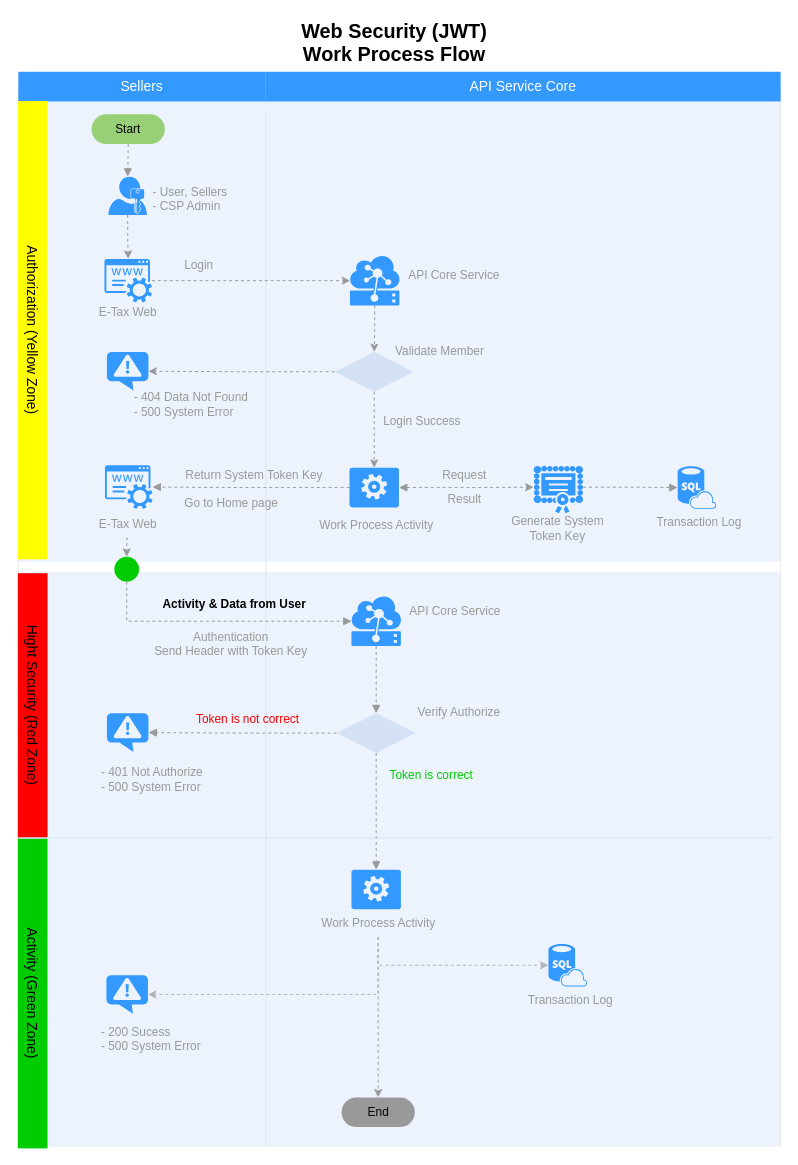
Earlier version of the draw.io diagram Web Application Security Concept (JWT).drawio (nirawat/eTax). Source tidied: cells renumbered, new cells numbered last; positions are measured from the earlier drawing's top-left corner, leaving out a move shared by most shapes. Both pictures are drawn from the tidied source at 99%, with x=0, y=0 at pixel (-197, 17).
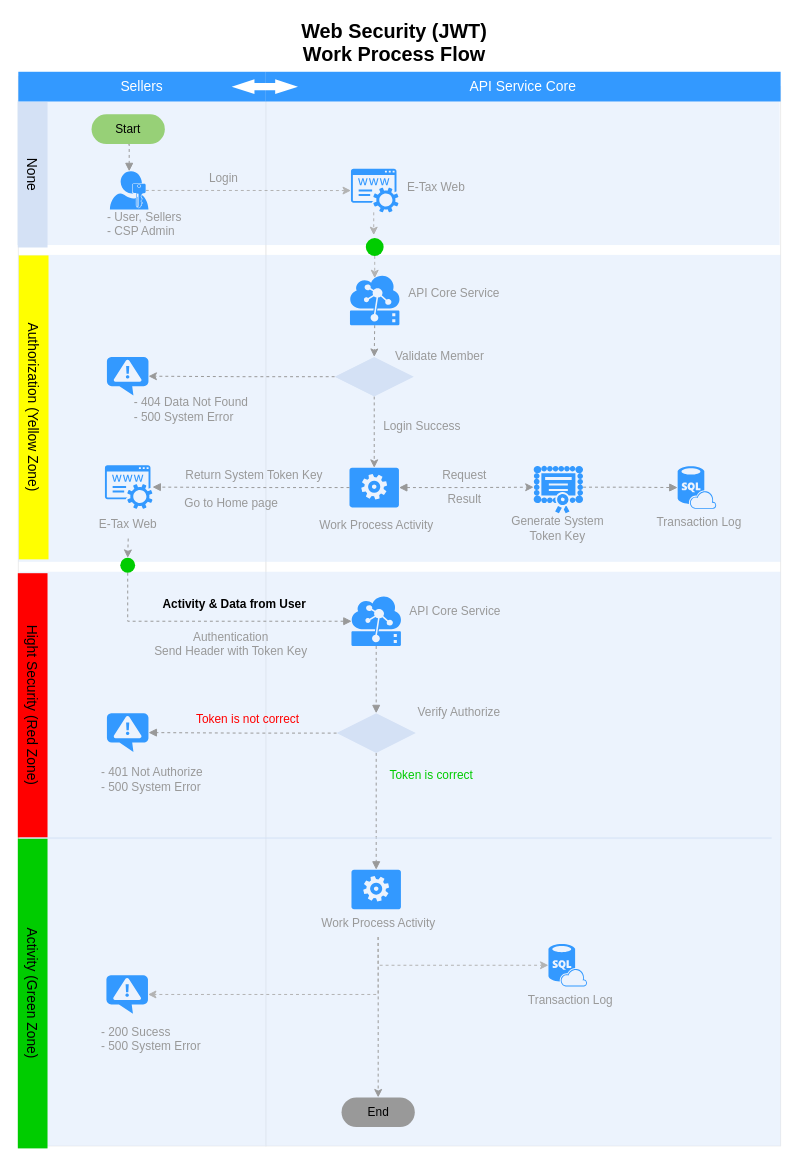
After the change.

Change to the diagram source:
```diff
@@
     <mxCell id="3" style="rounded=1;whiteSpace=wrap;html=1;strokeColor=#E6E6E6;strokeWidth=1;fillColor=#FFFFFF;fontFamily=Helvetica;fontSize=14;fontColor=#FFB366;opacity=75;verticalAlign=top;fontStyle=1;arcSize=0;" parent="1" vertex="1">
-      <mxGeometry x="217" y="70" width="250" height="1070" as="geometry" />
+      <mxGeometry x="217" y="60" width="250" height="1080" as="geometry" />
     </mxCell>
-    <mxCell id="4" style="shape=mxgraph.arrows.two_way_arrow_horizontal;html=1;verticalLabelPosition=bottom;verticalAlign=top;strokeWidth=2;strokeColor=none;dashed=1;fillColor=#FFFFFF;fontFamily=Verdana;fontSize=12;fontColor=#00BEF2;" parent="1" vertex="1">
-      <mxGeometry x="432.5" y="84" width="67" height="15" as="geometry" />
-    </mxCell>
+    <mxCell id="84" style="rounded=1;whiteSpace=wrap;html=1;strokeColor=none;strokeWidth=1;fillColor=#dae8fc;fontSize=12;align=center;arcSize=0;opacity=50;" parent="1" vertex="1">
+      <mxGeometry x="216" y="84" width="770" height="146" as="geometry" />
+    </mxCell>
@@
     <mxCell id="7" style="rounded=1;whiteSpace=wrap;html=1;strokeColor=none;strokeWidth=1;fillColor=#dae8fc;fontSize=12;align=center;arcSize=0;opacity=50;" parent="1" vertex="1">
-      <mxGeometry x="217" y="80" width="770" height="470" as="geometry" />
+      <mxGeometry x="217" y="240" width="770" height="310" as="geometry" />
     </mxCell>
@@
-    <mxCell id="13" style="edgeStyle=orthogonalEdgeStyle;rounded=0;jettySize=auto;html=1;fontSize=14;strokeColor=#999999;dashed=1;entryX=0.005;entryY=0.5;entryDx=0;entryDy=0;entryPerimeter=0;" parent="1" edge="1" source="60" target="21">
-      <mxGeometry relative="1" as="geometry" />
-    </mxCell>
     <mxCell id="14" value="Login" style="text;html=1;strokeColor=none;fillColor=none;align=left;verticalAlign=middle;whiteSpace=wrap;rounded=0;fontSize=12;fontColor=#999999;" parent="1" vertex="1">
-      <mxGeometry x="382.5" y="241" width="59" height="20" as="geometry" />
+      <mxGeometry x="408" y="153" width="59" height="20" as="geometry" />
     </mxCell>
-    <mxCell id="15" style="edgeStyle=orthogonalEdgeStyle;rounded=0;jettySize=auto;html=1;exitX=0.5;exitY=1;exitDx=0;exitDy=0;dashed=1;strokeColor=#999999;exitPerimeter=0;" parent="1" edge="1" source="25" target="60">
-      <mxGeometry relative="1" as="geometry" />
-    </mxCell>
@@
     <mxCell id="21" style="shadow=0;dashed=0;html=1;strokeColor=none;labelPosition=center;verticalLabelPosition=bottom;verticalAlign=top;align=center;shape=mxgraph.mscae.cloud.iot_edge;fillColor=#3399FF;fontSize=12;fontColor=#999999;" parent="1" vertex="1">
-      <mxGeometry x="552" y="241" width="50" height="50" as="geometry" />
+      <mxGeometry x="552" y="261" width="50" height="50" as="geometry" />
     </mxCell>
     <mxCell id="22" value="API Core Service" style="text;html=1;strokeColor=none;fillColor=none;align=center;verticalAlign=middle;whiteSpace=wrap;rounded=0;fontSize=12;fontColor=#999999;" parent="1" vertex="1">
-      <mxGeometry x="607" y="246.5" width="101" height="29" as="geometry" />
+      <mxGeometry x="607" y="264.5" width="101" height="29" as="geometry" />
     </mxCell>
-    <mxCell id="23" style="group;" parent="1" vertex="1">
-      <mxGeometry x="308" y="161" width="162.5" height="50" as="geometry" />
-    </mxCell>
-    <mxCell id="24" value="&lt;font color=&quot;#999999&quot; style=&quot;font-size: 12px&quot;&gt;- User, Sellers&lt;br&gt;- CSP Admin&lt;br&gt;&lt;br&gt;&lt;/font&gt;" style="text;html=1;strokeColor=none;fillColor=none;align=left;verticalAlign=middle;whiteSpace=wrap;rounded=0;fontSize=12;" parent="23" vertex="1">
-      <mxGeometry x="42.5" y="10" width="120" height="40" as="geometry" />
-    </mxCell>
-    <mxCell id="25" style="shadow=0;dashed=0;html=1;strokeColor=none;labelPosition=center;verticalLabelPosition=bottom;verticalAlign=top;align=center;shape=mxgraph.mscae.enterprise.user_permissions;fillColor=#3399FF;fontSize=14;" parent="23" vertex="1">
-      <mxGeometry width="39" height="38.7" as="geometry" />
-    </mxCell>
@@
     <mxCell id="57" value="Login Success&lt;br&gt;" style="text;html=1;strokeColor=none;fillColor=none;align=left;verticalAlign=middle;whiteSpace=wrap;rounded=0;fontSize=12;fontColor=#999999;" parent="1" vertex="1">
-      <mxGeometry x="584" y="391" width="102" height="34" as="geometry" />
+      <mxGeometry x="584" y="396" width="102" height="34" as="geometry" />
     </mxCell>
@@
-    <mxCell id="59" style="group;" parent="1" vertex="1">
-      <mxGeometry x="272.5" y="244" width="110" height="69" as="geometry" />
-    </mxCell>
-    <mxCell id="60" style="shadow=0;dashed=0;html=1;strokeColor=none;fillColor=#3399FF;labelPosition=center;verticalLabelPosition=bottom;verticalAlign=top;outlineConnect=0;align=center;shape=mxgraph.office.services.registrar_service;" parent="59" vertex="1">
-      <mxGeometry x="31.5" width="48" height="44" as="geometry" />
-    </mxCell>
-    <mxCell id="61" value="E-Tax Web" style="text;html=1;strokeColor=none;fillColor=none;align=center;verticalAlign=middle;whiteSpace=wrap;rounded=0;fontSize=12;fontColor=#999999;" parent="59" vertex="1">
-      <mxGeometry y="39" width="110" height="30" as="geometry" />
-    </mxCell>
@@
     <mxCell id="64" style="rhombus;whiteSpace=wrap;html=1;strokeColor=none;strokeWidth=1;fillColor=#D4E1F5;fontSize=12;fontColor=#999999;align=left;" parent="1" vertex="1">
-      <mxGeometry x="536.5" y="338" width="80" height="40" as="geometry" />
+      <mxGeometry x="536.5" y="343" width="80" height="40" as="geometry" />
     </mxCell>
     <mxCell id="65" style="verticalLabelPosition=bottom;html=1;verticalAlign=top;align=center;strokeColor=none;fillColor=#3399FF;shape=mxgraph.azure.notification_topic;fontSize=12;fontColor=#999999;" parent="1" vertex="1">
-      <mxGeometry x="306.5" y="338" width="42" height="39" as="geometry" />
+      <mxGeometry x="306.5" y="343" width="42" height="39" as="geometry" />
     </mxCell>
     <mxCell id="66" value="- 404 Data Not Found&lt;br&gt;- 500 System Error&lt;br&gt;" style="text;html=1;strokeColor=none;fillColor=none;align=left;verticalAlign=middle;whiteSpace=wrap;rounded=0;fontSize=12;fontColor=#999999;" parent="1" vertex="1">
-      <mxGeometry x="332" y="373" width="143" height="35" as="geometry" />
+      <mxGeometry x="332" y="378" width="143" height="35" as="geometry" />
     </mxCell>
     <mxCell id="67" value="Validate Member&lt;br&gt;" style="text;html=1;strokeColor=none;fillColor=none;align=left;verticalAlign=middle;whiteSpace=wrap;rounded=0;fontSize=12;fontColor=#999999;" parent="1" vertex="1">
-      <mxGeometry x="596" y="321" width="102" height="34" as="geometry" />
+      <mxGeometry x="596" y="326" width="102" height="34" as="geometry" />
     </mxCell>
     <mxCell id="68" style="ellipse;whiteSpace=wrap;html=1;fillColor=#00CC00;fontColor=#000000;align=center;strokeColor=none;" parent="1" vertex="1">
-      <mxGeometry x="314" y="545" width="25" height="25" as="geometry" />
+      <mxGeometry x="320" y="546" width="15" height="15" as="geometry" />
     </mxCell>
@@
     <mxCell id="74" value="Authorization (Yellow Zone)" style="whiteSpace=wrap;html=1;dashed=1;strokeColor=none;strokeWidth=2;fillColor=#FFFF00;fontFamily=Helvetica;fontSize=14;fontColor=#000000;fontStyle=0;rotation=90;" parent="1" vertex="1">
-      <mxGeometry y="301" width="463" height="30" as="geometry" />
+      <mxGeometry x="79" y="379" width="307" height="30" as="geometry" />
     </mxCell>
@@
+    <mxCell id="24" value="&lt;font color=&quot;#999999&quot; style=&quot;font-size: 12px&quot;&gt;- User, Sellers&lt;br&gt;- CSP Admin&lt;br&gt;&lt;br&gt;&lt;/font&gt;" style="text;html=1;strokeColor=none;fillColor=none;align=left;verticalAlign=middle;whiteSpace=wrap;rounded=0;fontSize=12;" parent="1" vertex="1">
+      <mxGeometry x="304.5" y="196" width="120" height="40" as="geometry" />
+    </mxCell>
+    <mxCell id="15" style="edgeStyle=orthogonalEdgeStyle;rounded=0;jettySize=auto;html=1;exitX=0.93;exitY=0.5;exitDx=0;exitDy=0;exitPerimeter=0;dashed=1;strokeColor=#B3B3B3;" parent="1" edge="1" source="25" target="60">
+      <mxGeometry relative="1" as="geometry" />
+    </mxCell>
+    <mxCell id="25" style="shadow=0;dashed=0;html=1;strokeColor=none;labelPosition=center;verticalLabelPosition=bottom;verticalAlign=top;align=center;shape=mxgraph.mscae.enterprise.user_permissions;fillColor=#3399FF;fontSize=14;" parent="1" vertex="1">
+      <mxGeometry x="309.5" y="155.5" width="39" height="38.7" as="geometry" />
+    </mxCell>
+    <mxCell id="85" value="None" style="whiteSpace=wrap;html=1;dashed=1;strokeColor=none;strokeWidth=2;fillColor=#D4E1F5;fontFamily=Helvetica;fontSize=14;fontColor=#000000;fontStyle=0;rotation=90;" parent="1" vertex="1">
+      <mxGeometry x="158" y="144" width="147" height="30" as="geometry" />
+    </mxCell>
+    <mxCell id="4" style="shape=mxgraph.arrows.two_way_arrow_horizontal;html=1;verticalLabelPosition=bottom;verticalAlign=top;strokeWidth=2;strokeColor=none;dashed=1;fillColor=#FFFFFF;fontFamily=Verdana;fontSize=12;fontColor=#00BEF2;" parent="1" vertex="1">
+      <mxGeometry x="432.5" y="62.5" width="67" height="15" as="geometry" />
+    </mxCell>
+    <mxCell id="86" style="edgeStyle=orthogonalEdgeStyle;rounded=0;jettySize=auto;html=1;exitX=0.5;exitY=1;exitDx=0;exitDy=0;entryX=0.5;entryY=0.05;entryDx=0;entryDy=0;entryPerimeter=0;dashed=1;strokeColor=#B3B3B3;" parent="1" edge="1" source="87" target="21">
+      <mxGeometry relative="1" as="geometry" />
+    </mxCell>
+    <mxCell id="87" style="ellipse;whiteSpace=wrap;html=1;fillColor=#00CC00;fontColor=#000000;align=center;strokeColor=none;" parent="1" vertex="1">
+      <mxGeometry x="568" y="223" width="18" height="18" as="geometry" />
+    </mxCell>
+    <mxCell id="88" style="edgeStyle=orthogonalEdgeStyle;rounded=0;orthogonalLoop=1;jettySize=auto;html=1;dashed=1;strokeColor=#B3B3B3;" parent="1" edge="1">
+      <mxGeometry relative="1" as="geometry">
+        <mxPoint x="576" y="197" as="sourcePoint" />
+        <mxPoint x="576" y="220" as="targetPoint" />
+      </mxGeometry>
+    </mxCell>
+    <mxCell id="60" style="shadow=0;dashed=0;html=1;strokeColor=none;fillColor=#3399FF;labelPosition=center;verticalLabelPosition=bottom;verticalAlign=top;outlineConnect=0;align=center;shape=mxgraph.office.services.registrar_service;" parent="1" vertex="1">
+      <mxGeometry x="553" y="153" width="48" height="44" as="geometry" />
+    </mxCell>
+    <mxCell id="61" value="E-Tax Web" style="text;html=1;strokeColor=none;fillColor=none;align=left;verticalAlign=middle;whiteSpace=wrap;rounded=0;fontSize=12;fontColor=#999999;" parent="1" vertex="1">
+      <mxGeometry x="608" y="157" width="110" height="30" as="geometry" />
+    </mxCell>
```
